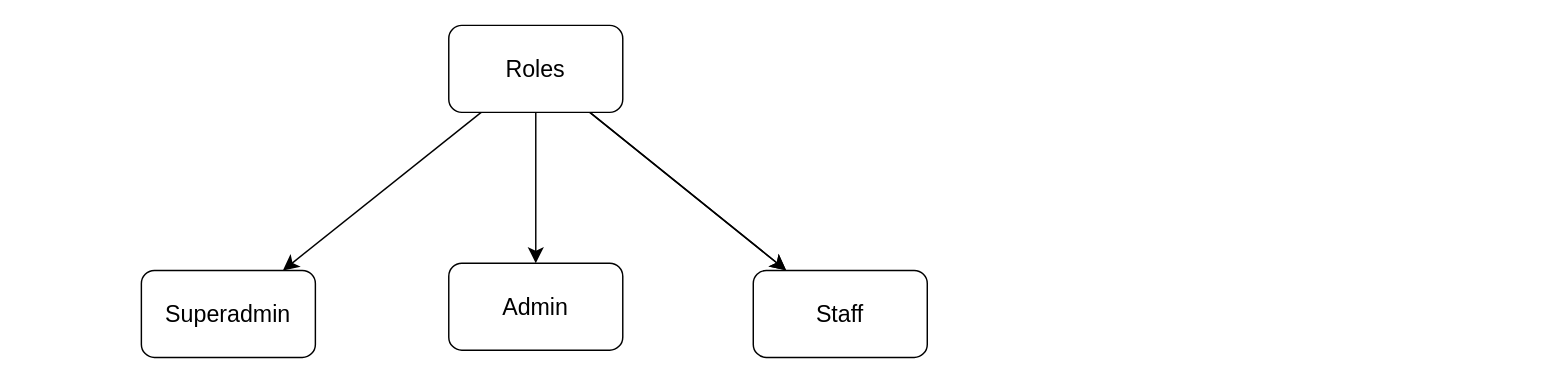
gulbitz/diagrams.net keeps this draw.io diagram as BitzCRM.drawio. Above is the earlier version. Source tidied: cells renumbered, new cells numbered last; positions are measured from the earlier drawing's top-left corner, leaving out a move shared by most shapes. Both pictures are drawn from the tidied source at 145%, with x=0, y=0 at pixel (141, 25).
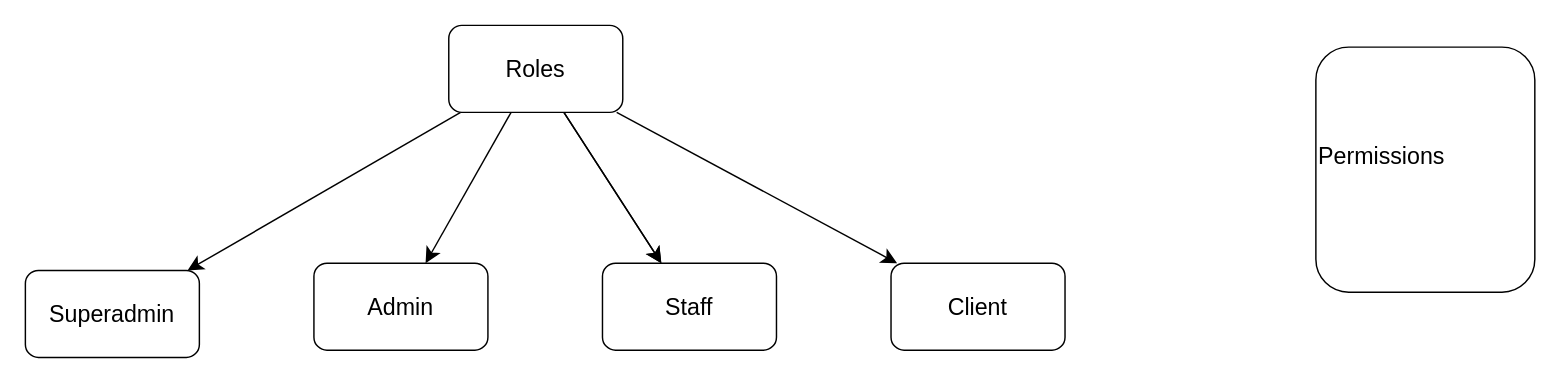
Above is the later version.

What changed in the source:
```diff
@@
 <mxGraphModel>
   <root>
     <mxCell id="0" />
     <mxCell id="1" parent="0" />
     <mxCell id="2" style="edgeStyle=none;curved=1;rounded=0;jettySize=auto;html=1;fontSize=12;startSize=8;endSize=8;" parent="1" edge="1" source="6" target="7">
       <mxGeometry relative="1" as="geometry" />
     </mxCell>
     <mxCell id="3" style="edgeStyle=none;curved=1;rounded=0;jettySize=auto;html=1;fontSize=12;startSize=8;endSize=8;" parent="1" edge="1" source="6" target="8">
       <mxGeometry relative="1" as="geometry" />
     </mxCell>
     <mxCell id="4" style="edgeStyle=none;curved=1;rounded=0;jettySize=auto;html=1;fontSize=12;startSize=8;endSize=8;" parent="1" edge="1" source="6" target="8">
       <mxGeometry relative="1" as="geometry" />
     </mxCell>
     <mxCell id="5" style="edgeStyle=none;curved=1;rounded=0;jettySize=auto;html=1;fontSize=12;startSize=8;endSize=8;" parent="1" edge="1" source="6" target="9">
       <mxGeometry relative="1" as="geometry" />
     </mxCell>
+    <mxCell id="10" style="edgeStyle=none;curved=1;rounded=0;jettySize=auto;html=1;fontSize=12;startSize=8;endSize=8;" parent="1" edge="1" source="6" target="11">
+      <mxGeometry relative="1" as="geometry" />
+    </mxCell>
     <mxCell id="6" value="Roles" style="rounded=1;whiteSpace=wrap;html=1;fontSize=16;" parent="1" vertex="1">
       <mxGeometry x="212" width="120" height="60" as="geometry" />
     </mxCell>
     <mxCell id="7" value="Superadmin" style="rounded=1;whiteSpace=wrap;html=1;fontSize=16;" parent="1" vertex="1">
-      <mxGeometry y="169" width="120" height="60" as="geometry" />
+      <mxGeometry x="-80" y="169" width="120" height="60" as="geometry" />
     </mxCell>
     <mxCell id="8" value="Staff" style="rounded=1;whiteSpace=wrap;html=1;fontSize=16;" parent="1" vertex="1">
-      <mxGeometry x="422" y="169" width="120" height="60" as="geometry" />
+      <mxGeometry x="318" y="164" width="120" height="60" as="geometry" />
     </mxCell>
     <mxCell id="9" value="Admin" style="rounded=1;whiteSpace=wrap;html=1;fontSize=16;" parent="1" vertex="1">
-      <mxGeometry x="212" y="164" width="120" height="60" as="geometry" />
+      <mxGeometry x="119" y="164" width="120" height="60" as="geometry" />
     </mxCell>
+    <mxCell id="11" value="Client" style="rounded=1;whiteSpace=wrap;html=1;fontSize=16;" parent="1" vertex="1">
+      <mxGeometry x="517" y="164" width="120" height="60" as="geometry" />
+    </mxCell>
+    <mxCell id="12" value="Permissions&lt;br&gt;&lt;br&gt;" style="rounded=1;whiteSpace=wrap;html=1;fontSize=16;align=left;" parent="1" vertex="1">
+      <mxGeometry x="810" y="15" width="151" height="169" as="geometry" />
+    </mxCell>
   </root>
 </mxGraphModel>
```
